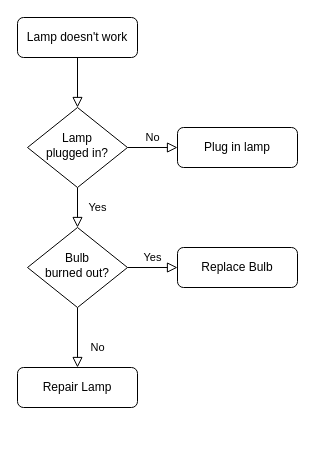
locbui0311/Calculator keeps this draw.io diagram as Untitled Diagram.drawio. Above is the earlier version. Source tidied: cells renumbered, new cells numbered last; positions are measured from the earlier drawing's top-left corner, leaving out a move shared by most shapes. Both pictures are drawn from the tidied source at 100%, with x=0, y=0 at pixel (17, 17).
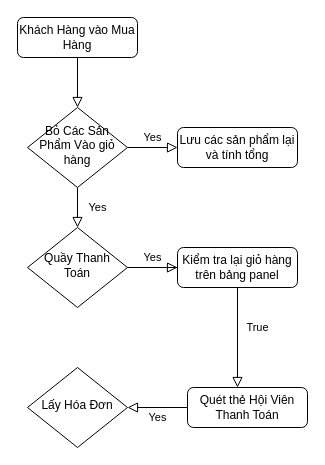
After the change.

What changed in the source:
```diff
@@
 <mxGraphModel>
   <root>
     <mxCell id="0" />
     <mxCell id="1" parent="0" />
     <mxCell id="2" style="rounded=0;html=1;jettySize=auto;fontSize=11;endArrow=block;endFill=0;endSize=8;strokeWidth=1;shadow=0;labelBackgroundColor=none;edgeStyle=orthogonalEdgeStyle;" parent="1" edge="1" source="3" target="6">
       <mxGeometry relative="1" as="geometry" />
     </mxCell>
-    <mxCell id="3" value="Lamp doesn't work" style="rounded=1;whiteSpace=wrap;html=1;fontSize=12;glass=0;strokeWidth=1;shadow=0;" parent="1" vertex="1">
+    <mxCell id="3" value="Khách Hàng vào Mua Hàng" style="rounded=1;whiteSpace=wrap;html=1;fontSize=12;glass=0;strokeWidth=1;shadow=0;" parent="1" vertex="1">
       <mxGeometry width="120" height="40" as="geometry" />
     </mxCell>
     <mxCell id="4" value="Yes" style="rounded=0;html=1;jettySize=auto;fontSize=11;endArrow=block;endFill=0;endSize=8;strokeWidth=1;shadow=0;labelBackgroundColor=none;edgeStyle=orthogonalEdgeStyle;" parent="1" edge="1" source="6" target="10">
       <mxGeometry y="20" relative="1" as="geometry" />
     </mxCell>
-    <mxCell id="5" value="No" style="edgeStyle=orthogonalEdgeStyle;rounded=0;html=1;jettySize=auto;fontSize=11;endArrow=block;endFill=0;endSize=8;strokeWidth=1;shadow=0;labelBackgroundColor=none;" parent="1" edge="1" source="6" target="7">
+    <mxCell id="5" value="Yes" style="edgeStyle=orthogonalEdgeStyle;rounded=0;html=1;jettySize=auto;fontSize=11;endArrow=block;endFill=0;endSize=8;strokeWidth=1;shadow=0;labelBackgroundColor=none;" parent="1" edge="1" source="6" target="7">
       <mxGeometry y="10" relative="1" as="geometry" />
     </mxCell>
-    <mxCell id="6" value="Lamp&lt;br&gt;plugged in?" style="rhombus;whiteSpace=wrap;html=1;shadow=0;fontFamily=Helvetica;fontSize=12;align=center;strokeWidth=1;spacing=6;spacingTop=-4;" parent="1" vertex="1">
+    <mxCell id="6" value="Bỏ Các Sản Phẩm Vào giỏ hàng" style="rhombus;whiteSpace=wrap;html=1;shadow=0;fontFamily=Helvetica;fontSize=12;align=center;strokeWidth=1;spacing=6;spacingTop=-4;" parent="1" vertex="1">
       <mxGeometry x="10" y="90" width="100" height="80" as="geometry" />
     </mxCell>
-    <mxCell id="7" value="Plug in lamp" style="rounded=1;whiteSpace=wrap;html=1;fontSize=12;glass=0;strokeWidth=1;shadow=0;" parent="1" vertex="1">
+    <mxCell id="7" value="Lưu các sản phẩm lại&lt;br&gt;và tính tổng" style="rounded=1;whiteSpace=wrap;html=1;fontSize=12;glass=0;strokeWidth=1;shadow=0;" parent="1" vertex="1">
       <mxGeometry x="160" y="110" width="120" height="40" as="geometry" />
     </mxCell>
-    <mxCell id="8" value="No" style="rounded=0;html=1;jettySize=auto;fontSize=11;endArrow=block;endFill=0;endSize=8;strokeWidth=1;shadow=0;labelBackgroundColor=none;edgeStyle=orthogonalEdgeStyle;" parent="1" edge="1" source="10" target="11">
-      <mxGeometry x="0.33" y="20" relative="1" as="geometry" />
+    <mxCell id="8" value="True" style="rounded=0;html=1;jettySize=auto;fontSize=11;endArrow=block;endFill=0;endSize=8;strokeWidth=1;shadow=0;labelBackgroundColor=none;edgeStyle=orthogonalEdgeStyle;" parent="1" edge="1" source="10" target="11">
+      <mxGeometry x="0.48" y="20" relative="1" as="geometry">
+        <Array as="points">
+          <mxPoint x="220" y="250" />
+          <mxPoint x="220" y="390" />
+        </Array>
+      </mxGeometry>
     </mxCell>
     <mxCell id="9" value="Yes" style="edgeStyle=orthogonalEdgeStyle;rounded=0;html=1;jettySize=auto;fontSize=11;endArrow=block;endFill=0;endSize=8;strokeWidth=1;shadow=0;labelBackgroundColor=none;" parent="1" edge="1" source="10" target="12">
       <mxGeometry y="10" relative="1" as="geometry" />
     </mxCell>
-    <mxCell id="10" value="Bulb&lt;br&gt;burned out?" style="rhombus;whiteSpace=wrap;html=1;shadow=0;fontFamily=Helvetica;fontSize=12;align=center;strokeWidth=1;spacing=6;spacingTop=-4;" parent="1" vertex="1">
+    <mxCell id="10" value="Quầy Thanh Toán" style="rhombus;whiteSpace=wrap;html=1;shadow=0;fontFamily=Helvetica;fontSize=12;align=center;strokeWidth=1;spacing=6;spacingTop=-4;" parent="1" vertex="1">
       <mxGeometry x="10" y="210" width="100" height="80" as="geometry" />
     </mxCell>
-    <mxCell id="11" value="Repair Lamp" style="rounded=1;whiteSpace=wrap;html=1;fontSize=12;glass=0;strokeWidth=1;shadow=0;" parent="1" vertex="1">
-      <mxGeometry y="350" width="120" height="40" as="geometry" />
+    <mxCell id="11" value="Quét thẻ Hội Viên Thanh Toán" style="rounded=1;whiteSpace=wrap;html=1;fontSize=12;glass=0;strokeWidth=1;shadow=0;" parent="1" vertex="1">
+      <mxGeometry x="170" y="370" width="120" height="40" as="geometry" />
     </mxCell>
-    <mxCell id="12" value="Replace Bulb" style="rounded=1;whiteSpace=wrap;html=1;fontSize=12;glass=0;strokeWidth=1;shadow=0;" parent="1" vertex="1">
+    <mxCell id="12" value="Kiểm tra lại giỏ hàng trên bảng panel" style="rounded=1;whiteSpace=wrap;html=1;fontSize=12;glass=0;strokeWidth=1;shadow=0;" parent="1" vertex="1">
       <mxGeometry x="160" y="230" width="120" height="40" as="geometry" />
     </mxCell>
+    <mxCell id="13" value="Lấy Hóa Đơn" style="rhombus;whiteSpace=wrap;html=1;shadow=0;fontFamily=Helvetica;fontSize=12;align=center;strokeWidth=1;spacing=6;spacingTop=-4;" parent="1" vertex="1">
+      <mxGeometry x="10" y="350" width="100" height="80" as="geometry" />
+    </mxCell>
+    <mxCell id="14" value="Yes" style="edgeStyle=orthogonalEdgeStyle;rounded=0;html=1;jettySize=auto;fontSize=11;endArrow=block;endFill=0;endSize=8;strokeWidth=1;shadow=0;labelBackgroundColor=none;" parent="1" edge="1" source="11" target="13">
+      <mxGeometry y="10" relative="1" as="geometry" />
+    </mxCell>
   </root>
 </mxGraphModel>
```
